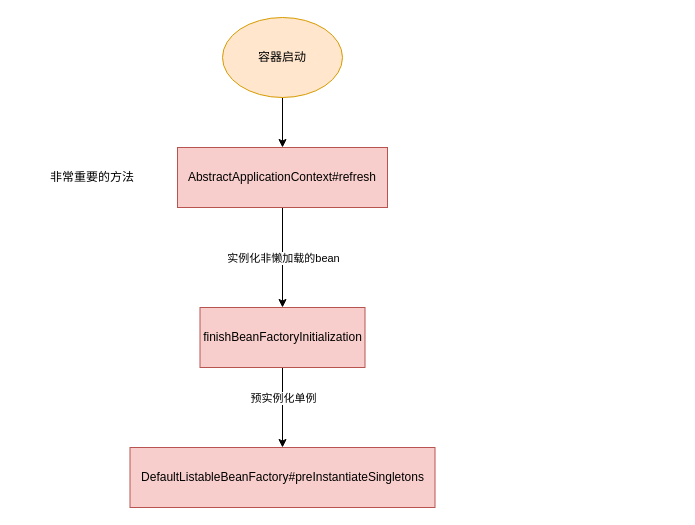
This is SpringBean生命周期.drawio from linbingxing/mind, a draw.io file, before an edit. Source tidied: cells renumbered, new cells numbered last; positions are measured from the earlier drawing's top-left corner, leaving out a move shared by most shapes. Both pictures are drawn from the tidied source at 100%, with x=0, y=0 at pixel (17, 17).
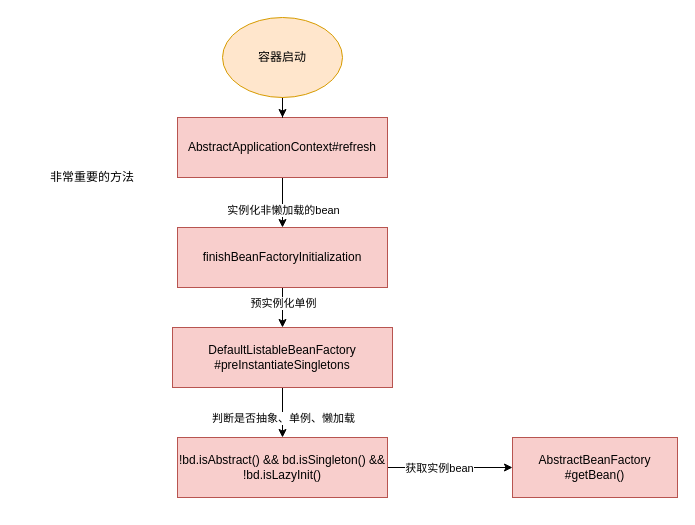
After the change.

Commit message (it also covers changes not shown here):
更新SpringBean生命周期.drawio

What changed in the source:
```diff
@@
 <mxGraphModel>
   <root>
     <mxCell id="0" />
     <mxCell id="1" parent="0" />
     <mxCell id="2" style="edgeStyle=orthogonalEdgeStyle;rounded=0;jettySize=auto;html=1;" parent="1" edge="1" source="4" target="10">
       <mxGeometry relative="1" as="geometry" />
     </mxCell>
     <mxCell id="3" value="实例化非懒加载的bean" style="edgeLabel;html=1;align=center;verticalAlign=middle;" parent="2" vertex="1">
       <mxGeometry x="-0.26" y="3" relative="1" as="geometry">
         <mxPoint x="-3" y="13" as="offset" />
       </mxGeometry>
     </mxCell>
     <mxCell id="4" value="AbstractApplicationContext#refresh" style="rounded=0;whiteSpace=wrap;html=1;fillColor=#f8cecc;strokeColor=#b85450;" parent="1" vertex="1">
-      <mxGeometry x="160" y="130" width="210" height="60" as="geometry" />
+      <mxGeometry x="160" y="100" width="210" height="60" as="geometry" />
     </mxCell>
     <mxCell id="5" style="edgeStyle=orthogonalEdgeStyle;rounded=0;jettySize=auto;html=1;entryX=0.5;entryY=0;entryDx=0;entryDy=0;" parent="1" edge="1" source="6" target="4">
       <mxGeometry relative="1" as="geometry" />
     </mxCell>
     <mxCell id="6" value="容器启动" style="ellipse;whiteSpace=wrap;html=1;fillColor=#ffe6cc;strokeColor=#d79b00;" parent="1" vertex="1">
       <mxGeometry x="205" width="120" height="80" as="geometry" />
     </mxCell>
     <mxCell id="7" value="非常重要的方法" style="text;html=1;strokeColor=none;fillColor=none;align=center;verticalAlign=middle;whiteSpace=wrap;rounded=0;" parent="1" vertex="1">
       <mxGeometry y="145" width="150" height="30" as="geometry" />
     </mxCell>
     <mxCell id="8" style="edgeStyle=orthogonalEdgeStyle;rounded=0;jettySize=auto;html=1;" parent="1" edge="1" source="10" target="11">
       <mxGeometry relative="1" as="geometry" />
     </mxCell>
     <mxCell id="9" value="预实例化单例" style="edgeLabel;html=1;align=center;verticalAlign=middle;" parent="8" vertex="1">
       <mxGeometry x="-0.25" relative="1" as="geometry" />
     </mxCell>
     <mxCell id="10" value="finishBeanFactoryInitialization" style="whiteSpace=wrap;html=1;rounded=0;fillColor=#f8cecc;strokeColor=#b85450;" parent="1" vertex="1">
-      <mxGeometry x="182.5" y="290" width="165" height="60" as="geometry" />
+      <mxGeometry x="160" y="210" width="210" height="60" as="geometry" />
     </mxCell>
+    <mxCell id="12" style="edgeStyle=orthogonalEdgeStyle;rounded=0;jettySize=auto;html=1;" parent="1" edge="1" source="11" target="16">
+      <mxGeometry relative="1" as="geometry" />
+    </mxCell>
+    <mxCell id="13" value="判断是否抽象、单例、懒加载" style="edgeLabel;html=1;align=center;verticalAlign=middle;" parent="12" vertex="1">
+      <mxGeometry x="-0.3" relative="1" as="geometry">
+        <mxPoint y="12" as="offset" />
+      </mxGeometry>
+    </mxCell>
-    <mxCell id="11" value="DefaultListableBeanFactory#preInstantiateSingletons" style="whiteSpace=wrap;html=1;fillColor=#f8cecc;strokeColor=#b85450;rounded=0;" parent="1" vertex="1">
-      <mxGeometry x="112.5" y="430" width="305" height="60" as="geometry" />
+    <mxCell id="11" value="DefaultListableBeanFactory&lt;br&gt;#preInstantiateSingletons" style="whiteSpace=wrap;html=1;fillColor=#f8cecc;strokeColor=#b85450;rounded=0;" parent="1" vertex="1">
+      <mxGeometry x="155" y="310" width="220" height="60" as="geometry" />
     </mxCell>
+    <mxCell id="14" style="edgeStyle=orthogonalEdgeStyle;rounded=0;jettySize=auto;html=1;" parent="1" edge="1" source="16" target="17">
+      <mxGeometry relative="1" as="geometry" />
+    </mxCell>
+    <mxCell id="15" value="获取实例bean" style="edgeLabel;html=1;align=center;verticalAlign=middle;" parent="14" vertex="1">
+      <mxGeometry x="-0.18" relative="1" as="geometry" />
+    </mxCell>
+    <mxCell id="16" value="!bd.isAbstract() &amp;amp;&amp;amp; bd.isSingleton() &amp;amp;&amp;amp; !bd.isLazyInit()" style="whiteSpace=wrap;html=1;fillColor=#f8cecc;strokeColor=#b85450;rounded=0;" parent="1" vertex="1">
+      <mxGeometry x="160" y="420" width="210" height="60" as="geometry" />
+    </mxCell>
+    <mxCell id="17" value="AbstractBeanFactory&lt;br&gt;#getBean()" style="whiteSpace=wrap;html=1;fillColor=#f8cecc;strokeColor=#b85450;rounded=0;" parent="1" vertex="1">
+      <mxGeometry x="495" y="420" width="165" height="60" as="geometry" />
+    </mxCell>
   </root>
 </mxGraphModel>
```
